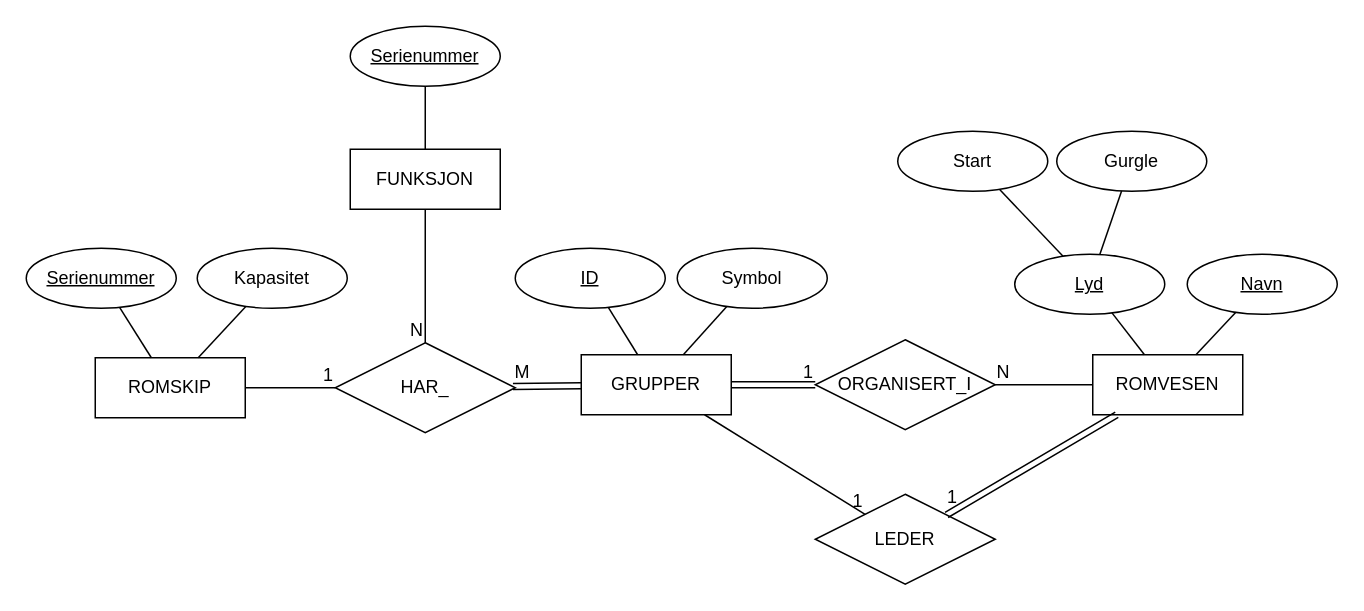
The draw.io diagram oppgave3.drawio in harepus/in2090, before the edit. Source tidied: cells renumbered, new cells numbered last; positions are measured from the earlier drawing's top-left corner, leaving out a move shared by most shapes. Both pictures are drawn from the tidied source at 150%, with x=0, y=0 at pixel (26, 26).
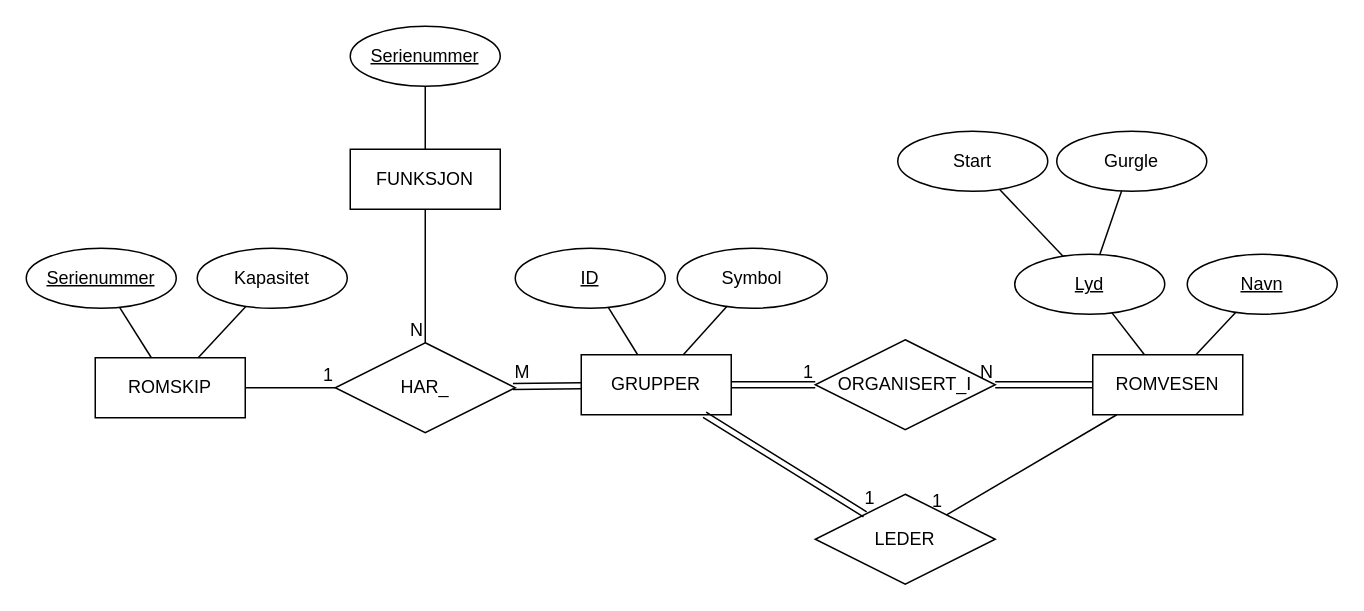
After the change.

Unchanged cells that the change refers to:
```xml
<mxCell id="2" value="ROMVESEN" style="whiteSpace=wrap;html=1;align=center;" parent="1" vertex="1">
  <mxGeometry x="711" y="219" width="100" height="40" as="geometry" />
</mxCell>
<mxCell id="11" value="GRUPPER" style="whiteSpace=wrap;html=1;align=center;" parent="1" vertex="1">
  <mxGeometry x="370" y="219" width="100" height="40" as="geometry" />
</mxCell>
<mxCell id="16" value="LEDER" style="shape=rhombus;perimeter=rhombusPerimeter;whiteSpace=wrap;html=1;align=center;" parent="1" vertex="1">
  <mxGeometry x="526" y="312" width="120" height="60" as="geometry" />
</mxCell>
<mxCell id="23" value="ORGANISERT_I" style="shape=rhombus;perimeter=rhombusPerimeter;whiteSpace=wrap;html=1;align=center;" parent="1" vertex="1">
  <mxGeometry x="526" y="209" width="120" height="60" as="geometry" />
</mxCell>
```

Change to the diagram source:
```diff
@@
-    <mxCell id="26" style="endArrow=none;html=1;rounded=0;" parent="1" edge="1" source="23" target="2">
-      <mxGeometry relative="1" as="geometry" />
-    </mxCell>
-    <mxCell id="27" value="N" style="html=1;whiteSpace=wrap;align=right;verticalAlign=bottom;" parent="26" vertex="1">
-      <mxGeometry x="1" relative="1" as="geometry">
-        <mxPoint x="-54" as="offset" />
-      </mxGeometry>
-    </mxCell>
-    <mxCell id="28" style="shape=link;html=1;rounded=0;" parent="1" edge="1" source="16" target="2">
+    <mxCell id="28" style="shape=link;html=1;rounded=0;" parent="1" edge="1" source="16" target="11">
       <mxGeometry relative="1" as="geometry" />
     </mxCell>
     <mxCell id="29" value="1" style="html=1;whiteSpace=wrap;align=right;verticalAlign=bottom;" parent="28" vertex="1">
       <mxGeometry x="1" relative="1" as="geometry">
-        <mxPoint x="-105" y="63" as="offset" />
+        <mxPoint x="115" y="64" as="offset" />
       </mxGeometry>
     </mxCell>
-    <mxCell id="30" style="endArrow=none;html=1;rounded=0;" parent="1" edge="1" source="11" target="16">
+    <mxCell id="30" style="endArrow=none;html=1;rounded=0;" parent="1" edge="1" source="2" target="16">
       <mxGeometry relative="1" as="geometry" />
     </mxCell>
     <mxCell id="31" value="1" style="html=1;whiteSpace=wrap;align=right;verticalAlign=bottom;" parent="30" vertex="1">
-      <mxGeometry x="1" relative="1" as="geometry" />
+      <mxGeometry x="1" relative="1" as="geometry">
+        <mxPoint x="-1" y="-1" as="offset" />
+      </mxGeometry>
     </mxCell>
@@
+    <mxCell id="41" style="shape=link;html=1;rounded=0;" parent="1" edge="1" source="2" target="23">
+      <mxGeometry relative="1" as="geometry" />
+    </mxCell>
+    <mxCell id="27" value="N" style="html=1;whiteSpace=wrap;align=right;verticalAlign=bottom;" parent="41" vertex="1">
+      <mxGeometry x="1" relative="1" as="geometry" />
+    </mxCell>
```
